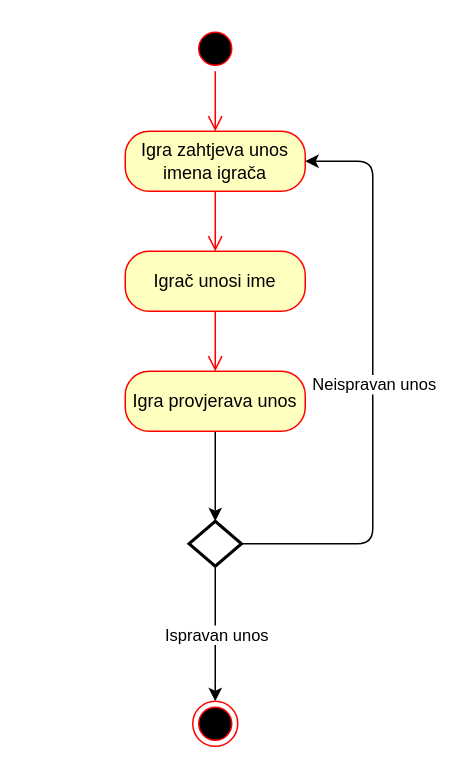
Before: page "aktivnost:unosIgrača" (3 of 8) of Projekt_Poker_activity.drawio in ewlibi/Poker, a draw.io diagram. Source tidied: cells renumbered, new cells numbered last; positions are measured from the earlier drawing's top-left corner, leaving out a move shared by most shapes. Both pictures are drawn from the tidied source at 150%, with x=0, y=0 at pixel (124, 26).
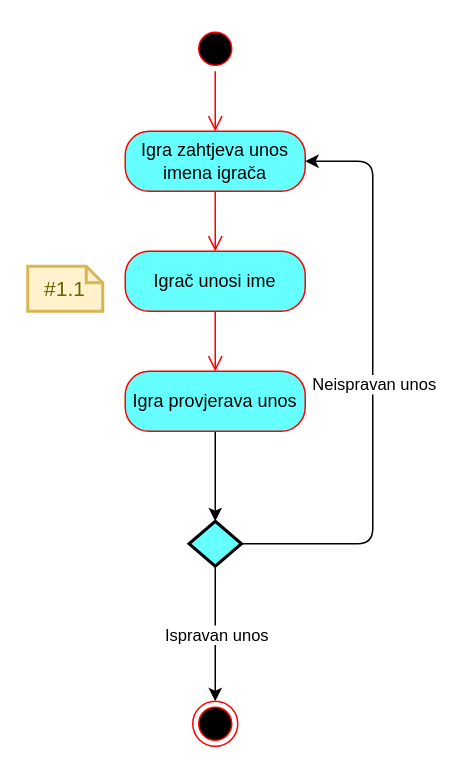
The same diagram, later.

The edit, as a diff of the source:
```diff
@@
 <mxGraphModel>
   <root>
     <mxCell id="0" />
     <mxCell id="1" parent="0" />
     <mxCell id="2" style="ellipse;html=1;shape=startState;fillColor=#000000;strokeColor=#ff0000;" parent="1" vertex="1">
       <mxGeometry x="45" width="30" height="30" as="geometry" />
     </mxCell>
     <mxCell id="3" style="edgeStyle=orthogonalEdgeStyle;html=1;verticalAlign=bottom;endArrow=open;endSize=8;strokeColor=#ff0000;entryX=0.5;entryY=0;entryDx=0;entryDy=0;" parent="1" edge="1" source="2" target="4">
       <mxGeometry relative="1" as="geometry" />
     </mxCell>
-    <mxCell id="4" value="Igra zahtjeva unos imena igrača" style="rounded=1;whiteSpace=wrap;html=1;arcSize=40;fontColor=#000000;fillColor=#ffffc0;strokeColor=#ff0000;" parent="1" vertex="1">
+    <mxCell id="4" value="Igra zahtjeva unos imena igrača" style="rounded=1;whiteSpace=wrap;html=1;arcSize=40;fontColor=#000000;strokeColor=#ff0000;fillColor=#66FFFF;" parent="1" vertex="1">
       <mxGeometry y="70" width="120" height="40" as="geometry" />
     </mxCell>
     <mxCell id="5" style="edgeStyle=orthogonalEdgeStyle;html=1;verticalAlign=bottom;endArrow=open;endSize=8;strokeColor=#ff0000;entryX=0.5;entryY=0;entryDx=0;entryDy=0;" parent="1" edge="1" source="4" target="6">
       <mxGeometry relative="1" as="geometry" />
     </mxCell>
-    <mxCell id="6" value="Igrač unosi ime" style="rounded=1;whiteSpace=wrap;html=1;arcSize=40;fontColor=#000000;fillColor=#ffffc0;strokeColor=#ff0000;" parent="1" vertex="1">
+    <mxCell id="6" value="Igrač unosi ime" style="rounded=1;whiteSpace=wrap;html=1;arcSize=40;fontColor=#000000;strokeColor=#ff0000;fillColor=#66FFFF;" parent="1" vertex="1">
       <mxGeometry y="150" width="120" height="40" as="geometry" />
     </mxCell>
     <mxCell id="7" style="edgeStyle=orthogonalEdgeStyle;html=1;verticalAlign=bottom;endArrow=open;endSize=8;strokeColor=#ff0000;entryX=0.5;entryY=0;entryDx=0;entryDy=0;" parent="1" edge="1" source="6" target="9">
       <mxGeometry relative="1" as="geometry" />
     </mxCell>
     <mxCell id="8" style="edgeStyle=orthogonalEdgeStyle;rounded=0;jettySize=auto;html=1;exitX=0.5;exitY=1;exitDx=0;exitDy=0;" parent="1" edge="1" source="9" target="10">
       <mxGeometry relative="1" as="geometry" />
     </mxCell>
-    <mxCell id="9" value="Igra provjerava unos" style="rounded=1;whiteSpace=wrap;html=1;arcSize=40;fontColor=#000000;fillColor=#ffffc0;strokeColor=#ff0000;" parent="1" vertex="1">
+    <mxCell id="9" value="Igra provjerava unos" style="rounded=1;whiteSpace=wrap;html=1;arcSize=40;fontColor=#000000;strokeColor=#ff0000;fillColor=#66FFFF;" parent="1" vertex="1">
       <mxGeometry y="230" width="120" height="40" as="geometry" />
     </mxCell>
-    <mxCell id="10" style="strokeWidth=2;html=1;shape=mxgraph.flowchart.decision;whiteSpace=wrap;" parent="1" vertex="1">
+    <mxCell id="10" style="strokeWidth=2;html=1;shape=mxgraph.flowchart.decision;whiteSpace=wrap;fillColor=#66FFFF;" parent="1" vertex="1">
       <mxGeometry x="42.5" y="330" width="35" height="30" as="geometry" />
     </mxCell>
     <mxCell id="11" style="endArrow=classic;html=1;exitX=1;exitY=0.5;exitDx=0;exitDy=0;exitPerimeter=0;entryX=1;entryY=0.5;entryDx=0;entryDy=0;" parent="1" edge="1" source="10" target="4">
       <mxGeometry relative="1" as="geometry">
         <Array as="points">
           <mxPoint x="165" y="345" />
           <mxPoint x="165" y="90" />
         </Array>
       </mxGeometry>
     </mxCell>
     <mxCell id="12" value="Neispravan unos" style="edgeLabel;html=1;align=center;verticalAlign=middle;" parent="11" vertex="1">
       <mxGeometry relative="1" as="geometry" />
     </mxCell>
     <mxCell id="13" style="endArrow=classic;html=1;exitX=0.5;exitY=1;exitDx=0;exitDy=0;exitPerimeter=0;" parent="1" edge="1" source="10" target="15">
       <mxGeometry relative="1" as="geometry" />
     </mxCell>
     <mxCell id="14" value="Ispravan unos" style="edgeLabel;html=1;align=center;verticalAlign=middle;" parent="13" vertex="1">
       <mxGeometry relative="1" as="geometry" />
     </mxCell>
     <mxCell id="15" style="ellipse;html=1;shape=endState;fillColor=#000000;strokeColor=#ff0000;" parent="1" vertex="1">
       <mxGeometry x="45" y="450" width="30" height="30" as="geometry" />
     </mxCell>
+    <mxCell id="16" value="#1.1" style="shape=note;strokeWidth=2;fontSize=14;size=11;whiteSpace=wrap;html=1;fillColor=#fff2cc;strokeColor=#d6b656;fontColor=#666600;" parent="1" vertex="1">
+      <mxGeometry x="-65" y="160" width="50" height="30" as="geometry" />
+    </mxCell>
   </root>
 </mxGraphModel>
```
